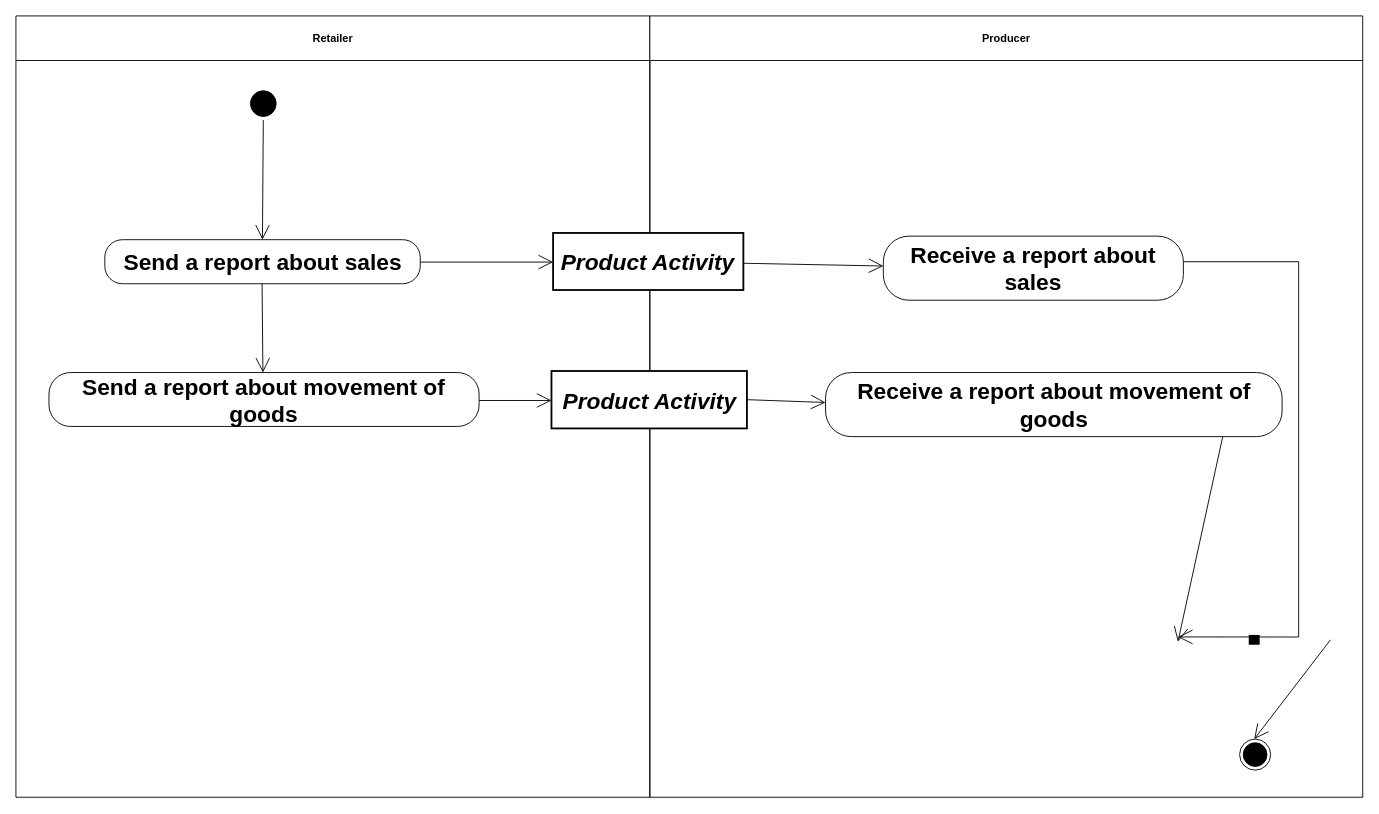
The draw.io diagram diagrams/UBL-2.2-VMI-SalesAndInventoryMovement/UBL-2.2-VMI-SalesAndInventoryMovement.drawio in kduvekot/ubl-work-on-svg-images, before the edit. Source tidied: cells renumbered, new cells numbered last; positions are measured from the earlier drawing's top-left corner, leaving out a move shared by most shapes. Both pictures are drawn from the tidied source at 91%, with x=0, y=0 at pixel (15, 15).
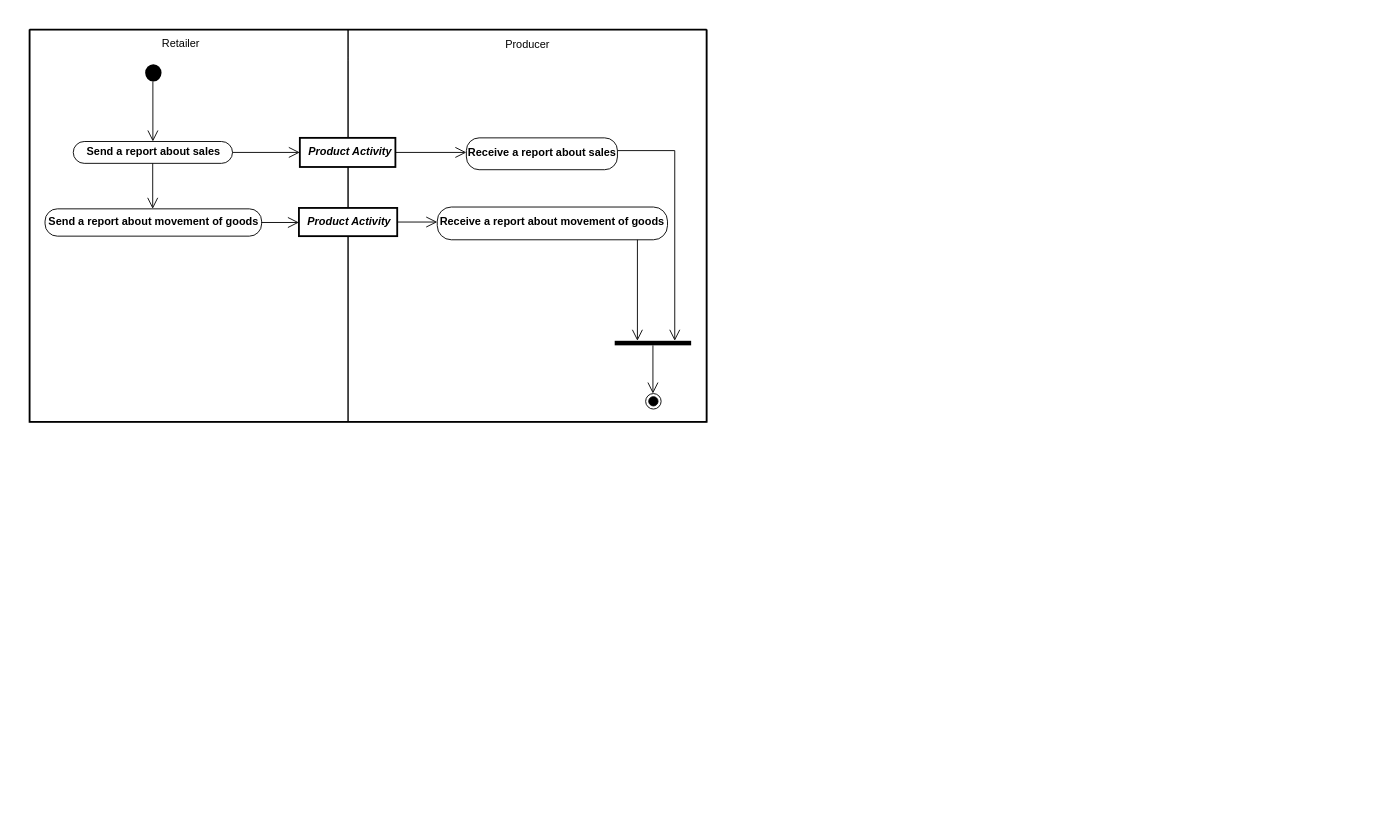
The same diagram, later.

Change to the diagram source:
```diff
@@
+    <mxCell id="22" style="swimlane;html=1;startSize=0;whiteSpace=wrap;fillColor=none;strokeWidth=2;" parent="1" vertex="1">
+      <mxGeometry x="15" y="15" width="744" height="431" as="geometry" />
+    </mxCell>
-    <mxCell id="2" value="Retailer" style="swimlane;whiteSpace=wrap;html=1;startSize=49;" parent="1" vertex="1">
-      <mxGeometry width="696.6" height="858.6" as="geometry" />
+    <mxCell id="2" value="Retailer" style="swimlane;horizontal=1;startSize=31;swimlaneLine=0;html=1;fillColor=none;fontSize=12;fontStyle=0;spacing=0;spacingRight=18;" parent="22" vertex="1">
+      <mxGeometry width="350" height="431" as="geometry" />
     </mxCell>
-    <mxCell id="3" value="Producer" style="swimlane;whiteSpace=wrap;html=1;startSize=49;" parent="1" vertex="1">
-      <mxGeometry x="696.6" width="783.4" height="858.6" as="geometry" />
+    <mxCell id="3" value="Producer" style="swimlane;horizontal=1;startSize=34;swimlaneLine=0;html=1;fillColor=none;fontSize=12;fontStyle=0;spacing=0;" parent="22" vertex="1">
+      <mxGeometry x="350" width="394" height="431" as="geometry" />
     </mxCell>
-    <mxCell id="4" style="ellipse;html=1;shape=startState;fillColor=#000000;strokeColor=#000000;fontFamily=Helvetica;fontSize=25;" parent="1" vertex="1">
-      <mxGeometry x="253.7" y="78.2" width="36.3" height="36.3" as="geometry" />
+    <mxCell id="4" style="ellipse;shape=startState;fillColor=#000000;strokeColor=none;html=1;" parent="2" vertex="1">
+      <mxGeometry x="123" y="34" width="26" height="27" as="geometry" />
     </mxCell>
-    <mxCell id="5" value="Product Activity" style="rounded=0;whiteSpace=wrap;html=1;fontStyle=3;strokeWidth=2;fontFamily=Helvetica;fontSize=25;" parent="1" vertex="1">
-      <mxGeometry x="590.3" y="238.5" width="209.1" height="62.7" as="geometry" />
+    <mxCell id="5" value="Product Activity" style="rounded=0;html=1;whiteSpace=nowrap;fontSize=12;fontStyle=3;align=center;verticalAlign=middle;spacing=0;spacingLeft=4;spacingBottom=2;strokeWidth=2;" parent="3" vertex="1">
+      <mxGeometry x="-53" y="119" width="105" height="32" as="geometry" />
     </mxCell>
-    <mxCell id="6" value="Receive a report about sales" style="rounded=1;arcSize=40;whiteSpace=wrap;html=1;fontStyle=1;fontFamily=Helvetica;fontSize=25;" parent="1" vertex="1">
-      <mxGeometry x="953.2" y="242" width="329.7" height="70.4" as="geometry" />
+    <mxCell id="6" value="Receive a report about sales" style="rounded=1;absoluteArcSize=1;arcSize=28;html=1;whiteSpace=nowrap;fontSize=12;fontStyle=1;align=center;verticalAlign=middle;spacing=0;spacingBottom=4;" parent="3" vertex="1">
+      <mxGeometry x="130" y="119" width="166" height="35" as="geometry" />
     </mxCell>
-    <mxCell id="7" value="Send a report about sales" style="rounded=1;arcSize=40;whiteSpace=wrap;html=1;fontStyle=1;fontFamily=Helvetica;fontSize=25;" parent="1" vertex="1">
-      <mxGeometry x="97.7" y="245.9" width="346.6" height="48.4" as="geometry" />
+    <mxCell id="7" value="Send a report about sales" style="rounded=1;absoluteArcSize=1;arcSize=25;html=1;whiteSpace=nowrap;fontSize=12;fontStyle=1;align=center;verticalAlign=middle;spacing=0;spacingBottom=2;" parent="2" vertex="1">
+      <mxGeometry x="48" y="123" width="175" height="24" as="geometry" />
     </mxCell>
-    <mxCell id="8" value="Product Activity" style="rounded=0;whiteSpace=wrap;html=1;fontStyle=3;strokeWidth=2;fontFamily=Helvetica;fontSize=25;" parent="1" vertex="1">
-      <mxGeometry x="588.5" y="390.2" width="214.8" height="63.1" as="geometry" />
+    <mxCell id="8" value="Product Activity" style="rounded=0;html=1;whiteSpace=nowrap;fontSize=12;fontStyle=3;align=center;verticalAlign=middle;spacing=0;spacingLeft=2;spacingBottom=2;strokeWidth=2;" parent="3" vertex="1">
+      <mxGeometry x="-54" y="196" width="108" height="31" as="geometry" />
     </mxCell>
-    <mxCell id="9" value="Send a report about movement of goods" style="rounded=1;arcSize=40;whiteSpace=wrap;html=1;fontStyle=1;fontFamily=Helvetica;fontSize=25;" parent="1" vertex="1">
-      <mxGeometry x="36.3" y="391.9" width="472.7" height="59.2" as="geometry" />
+    <mxCell id="9" value="Send a report about movement of goods" style="rounded=1;absoluteArcSize=1;arcSize=27;html=1;whiteSpace=nowrap;fontSize=12;fontStyle=1;align=center;verticalAlign=middle;spacing=0;spacingBottom=2;" parent="2" vertex="1">
+      <mxGeometry x="17" y="197" width="238" height="30" as="geometry" />
     </mxCell>
-    <mxCell id="10" value="Receive a report about movement of goods" style="rounded=1;arcSize=40;whiteSpace=wrap;html=1;fontStyle=1;fontFamily=Helvetica;fontSize=25;" parent="1" vertex="1">
-      <mxGeometry x="889.7" y="391.9" width="501.7" height="70.4" as="geometry" />
+    <mxCell id="10" value="Receive a report about movement of goods" style="rounded=1;absoluteArcSize=1;arcSize=31;html=1;whiteSpace=nowrap;fontSize=12;fontStyle=1;align=center;verticalAlign=middle;spacing=0;spacingRight=2;spacingBottom=5;" parent="3" vertex="1">
+      <mxGeometry x="98" y="195" width="253" height="36" as="geometry" />
     </mxCell>
-    <mxCell id="11" style="html=1;shape=line;direction=north;strokeWidth=12;fontFamily=Helvetica;fontSize=25;" parent="1" vertex="1">
-      <mxGeometry x="1276.9" y="680.2" width="167.7" height="10.8" as="geometry" />
+    <mxCell id="11" style="html=1;points=[[0.297,0],[0.500063,1],[0.785714,0]];perimeter=orthogonalPerimeter;fillColor=#000000;strokeColor=none;" parent="3" vertex="1">
+      <mxGeometry x="293" y="342" width="84" height="5" as="geometry" />
     </mxCell>
-    <mxCell id="12" style="ellipse;html=1;shape=endState;fillColor=#000000;strokeColor=#000000;fontFamily=Helvetica;fontSize=25;" parent="1" vertex="1">
-      <mxGeometry x="1344.7" y="794.7" width="34.1" height="34.1" as="geometry" />
+    <mxCell id="12" style="ellipse;shape=endState;fillColor=#000000;html=1;" parent="3" vertex="1">
+      <mxGeometry x="327" y="400" width="17" height="17" as="geometry" />
     </mxCell>
-    <mxCell id="13" style="edgeStyle=none;rounded=0;html=1;endArrow=open;endFill=0;endSize=14;exitX=0.4738;exitY=1.0;entryX=0.4997;entryY=0.0;" parent="1" edge="1" source="4" target="7">
+    <mxCell id="13" style="edgeStyle=none;rounded=0;html=1;endArrow=open;endFill=0;endSize=10;exitPerimeter=0;entryX=0.5;entryY=0;entryPerimeter=0;exitX=0.480769;exitY=0.8479;" parent="2" edge="1" source="4" target="7">
       <mxGeometry relative="1" as="geometry" />
     </mxCell>
-    <mxCell id="14" style="edgeStyle=none;rounded=0;html=1;endArrow=open;endFill=0;endSize=14;exitX=1.0;exitY=0.5083;entryX=0.0;entryY=0.5104;" parent="1" edge="1" source="7" target="5">
+    <mxCell id="14" style="edgeStyle=none;rounded=0;html=1;endArrow=open;endFill=0;endSize=10;exitX=1;exitY=0.5;exitPerimeter=0;entryX=0;entryY=0.5;entryPerimeter=0;" parent="22" edge="1" source="7" target="5">
       <mxGeometry relative="1" as="geometry" />
     </mxCell>
-    <mxCell id="15" style="edgeStyle=none;rounded=0;html=1;endArrow=open;endFill=0;endSize=14;exitX=1.0;exitY=0.5311;entryX=0.0;entryY=0.4659;" parent="1" edge="1" source="5" target="6">
+    <mxCell id="15" style="edgeStyle=none;rounded=0;html=1;endArrow=open;endFill=0;endSize=10;exitX=1;exitY=0.5;exitPerimeter=0;entryPerimeter=0;entryX=0;entryY=0.457143;" parent="3" edge="1" source="5" target="6">
       <mxGeometry relative="1" as="geometry" />
     </mxCell>
-    <mxCell id="16" style="edgeStyle=orthogonalEdgeStyle;rounded=0;html=1;endArrow=open;endFill=0;endSize=14;exitX=1.0;exitY=0.3991;entryX=0.7913;entryY=0.0;" parent="1" edge="1" source="6" target="11">
+    <mxCell id="16" style="edgeStyle=orthogonalEdgeStyle;rounded=0;html=1;endArrow=open;endFill=0;endSize=10;exitX=1;exitY=0.4;exitPerimeter=0;entryPerimeter=0;entryX=0.785714;entryY=0;" parent="3" edge="1" source="6" target="11">
       <mxGeometry relative="1" as="geometry">
         <Array as="points">
-          <mxPoint x="1409.6" y="270.1" />
+          <mxPoint x="359" y="133" />
         </Array>
       </mxGeometry>
     </mxCell>
-    <mxCell id="17" style="edgeStyle=none;rounded=0;html=1;endArrow=open;endFill=0;endSize=14;exitX=0.4986;exitY=1.0;entryX=0.4974;entryY=0.0;" parent="1" edge="1" source="7" target="9">
+    <mxCell id="17" style="edgeStyle=none;rounded=0;html=1;endArrow=open;endFill=0;endSize=10;exitPerimeter=0;entryX=0.4971;entryY=0;entryPerimeter=0;exitX=0.498913;exitY=1;" parent="2" edge="1" source="7" target="9">
       <mxGeometry relative="1" as="geometry" />
     </mxCell>
-    <mxCell id="18" style="edgeStyle=none;rounded=0;html=1;endArrow=open;endFill=0;endSize=14;exitX=1.0;exitY=0.5186;entryX=0.0;entryY=0.5135;" parent="1" edge="1" source="9" target="8">
+    <mxCell id="18" style="edgeStyle=none;rounded=0;html=1;endArrow=open;endFill=0;endSize=10;exitX=1;exitY=0.5;exitPerimeter=0;entryPerimeter=0;entryX=0;entryY=0.516129;" parent="22" edge="1" source="9" target="8">
       <mxGeometry relative="1" as="geometry" />
     </mxCell>
-    <mxCell id="19" style="edgeStyle=none;rounded=0;html=1;endArrow=open;endFill=0;endSize=14;exitX=1.0;exitY=0.4992;entryX=0.0;entryY=0.4673;" parent="1" edge="1" source="8" target="10">
+    <mxCell id="19" style="edgeStyle=none;rounded=0;html=1;endArrow=open;endFill=0;endSize=10;exitX=1;exitY=0.5;exitPerimeter=0;entryPerimeter=0;entryX=0;entryY=0.458333;" parent="3" edge="1" source="8" target="10">
       <mxGeometry relative="1" as="geometry" />
     </mxCell>
-    <mxCell id="20" style="edgeStyle=none;rounded=0;html=1;endArrow=open;endFill=0;endSize=14;exitX=0.87;exitY=1.0;entryX=0.2964;entryY=0.0;" parent="1" edge="1" source="10" target="11">
+    <mxCell id="20" style="edgeStyle=none;rounded=0;html=1;endArrow=open;endFill=0;endSize=10;exitPerimeter=0;entryX=0.297;entryY=0;entryPerimeter=0;exitX=0.86936;exitY=1;" parent="3" edge="1" source="10" target="11">
       <mxGeometry relative="1" as="geometry" />
     </mxCell>
-    <mxCell id="21" style="edgeStyle=none;rounded=0;html=1;endArrow=open;endFill=0;endSize=14;exitX=0.4997;exitY=1.0;entryX=0.4692;entryY=0.0;" parent="1" edge="1" source="11" target="12">
+    <mxCell id="21" style="edgeStyle=none;rounded=0;html=1;endArrow=open;endFill=0;endSize=10;exitPerimeter=0;entryX=0.4709;entryY=0;entryPerimeter=0;exitX=0.500063;exitY=1;" parent="3" edge="1" source="11" target="12">
       <mxGeometry relative="1" as="geometry" />
     </mxCell>
```
